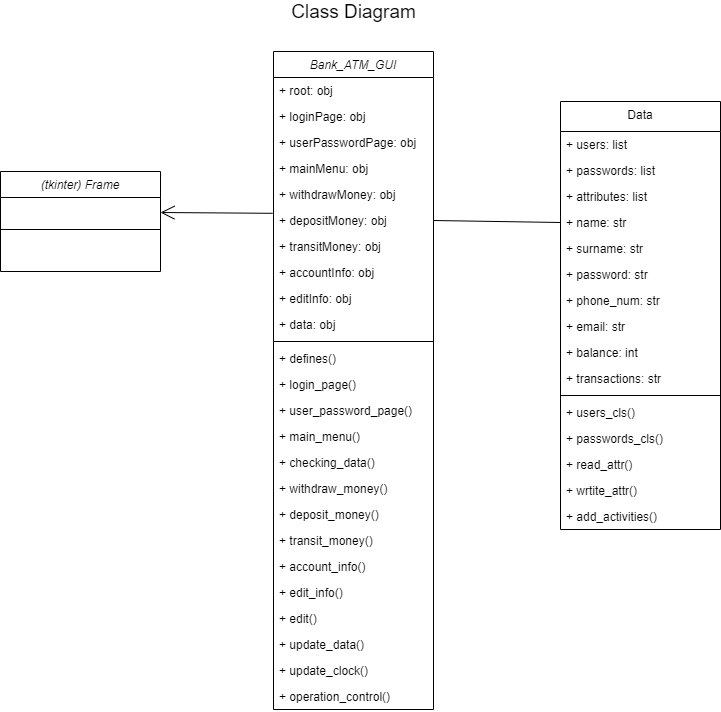
fidanfatih/Bank_ATM_Demo_Project keeps this draw.io diagram as Class_Diagram.png. Above is the earlier version. Source tidied: cells renumbered, new cells last; positions are measured from the earlier drawing's top-left corner, leaving out a move shared by most shapes.
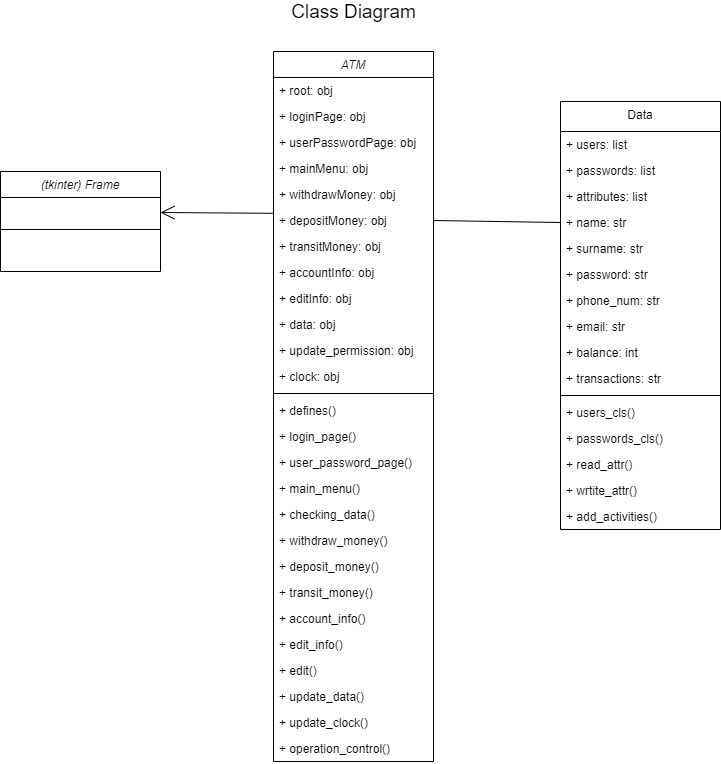
Later version of the same file.

Change to the diagram source:
```diff
@@ -59,8 +59,8 @@
     <mxCell id="20" style="line;html=1;strokeWidth=1;align=left;verticalAlign=middle;spacingTop=-1;spacingLeft=3;spacingRight=3;labelPosition=right;" parent="19" vertex="1">
       <mxGeometry y="26" width="160" height="64" as="geometry" />
     </mxCell>
-    <mxCell id="21" value="Bank_ATM_GUI" style="swimlane;fontStyle=2;align=center;verticalAlign=top;horizontal=1;startSize=26;rounded=0;shadow=0;strokeWidth=1;" parent="1" vertex="1">
-      <mxGeometry x="273" y="50" width="160" height="658" as="geometry" />
+    <mxCell id="21" value="ATM" style="swimlane;fontStyle=2;align=center;verticalAlign=top;horizontal=1;startSize=26;rounded=0;shadow=0;strokeWidth=1;" parent="1" vertex="1">
+      <mxGeometry x="273" y="50" width="160" height="710" as="geometry" />
     </mxCell>
     <mxCell id="22" value="+ root: obj" style="text;align=left;verticalAlign=top;spacingLeft=4;spacingRight=4;overflow=hidden;rounded=0;shadow=0;html=0;" parent="21" vertex="1">
       <mxGeometry y="26" width="160" height="26" as="geometry" />
@@ -89,53 +89,59 @@
     <mxCell id="30" value="+ editInfo: obj" style="text;align=left;verticalAlign=top;spacingLeft=4;spacingRight=4;overflow=hidden;rounded=0;shadow=0;html=0;" parent="21" vertex="1">
       <mxGeometry y="234" width="160" height="26" as="geometry" />
     </mxCell>
+    <mxCell id="50" value="+ data: obj" style="text;align=left;verticalAlign=top;spacingLeft=4;spacingRight=4;overflow=hidden;rounded=0;shadow=0;html=0;" parent="21" vertex="1">
+      <mxGeometry y="260" width="160" height="26" as="geometry" />
+    </mxCell>
+    <mxCell id="51" value="+ update_permission: obj" style="text;align=left;verticalAlign=top;spacingLeft=4;spacingRight=4;overflow=hidden;rounded=0;shadow=0;html=0;" parent="21" vertex="1">
+      <mxGeometry y="286" width="160" height="26" as="geometry" />
+    </mxCell>
-    <mxCell id="31" value="+ data: obj" style="text;align=left;verticalAlign=top;spacingLeft=4;spacingRight=4;overflow=hidden;rounded=0;shadow=0;html=0;" parent="21" vertex="1">
-      <mxGeometry y="260" width="160" height="26" as="geometry" />
+    <mxCell id="31" value="+ clock: obj" style="text;align=left;verticalAlign=top;spacingLeft=4;spacingRight=4;overflow=hidden;rounded=0;shadow=0;html=0;" parent="21" vertex="1">
+      <mxGeometry y="312" width="160" height="26" as="geometry" />
     </mxCell>
     <mxCell id="32" style="line;html=1;strokeWidth=1;align=left;verticalAlign=middle;spacingTop=-1;spacingLeft=3;spacingRight=3;labelPosition=right;" parent="21" vertex="1">
-      <mxGeometry y="286" width="160" height="8" as="geometry" />
+      <mxGeometry y="338" width="160" height="8" as="geometry" />
     </mxCell>
     <mxCell id="33" value="+ defines()" style="text;align=left;verticalAlign=top;spacingLeft=4;spacingRight=4;overflow=hidden;rounded=0;shadow=0;html=0;" parent="21" vertex="1">
-      <mxGeometry y="294" width="160" height="26" as="geometry" />
+      <mxGeometry y="346" width="160" height="26" as="geometry" />
     </mxCell>
     <mxCell id="34" value="+ login_page()" style="text;align=left;verticalAlign=top;spacingLeft=4;spacingRight=4;overflow=hidden;rounded=0;shadow=0;html=0;" parent="21" vertex="1">
-      <mxGeometry y="320" width="160" height="26" as="geometry" />
+      <mxGeometry y="372" width="160" height="26" as="geometry" />
     </mxCell>
     <mxCell id="35" value="+ user_password_page()" style="text;align=left;verticalAlign=top;spacingLeft=4;spacingRight=4;overflow=hidden;" parent="21" vertex="1">
-      <mxGeometry y="346" width="160" height="26" as="geometry" />
+      <mxGeometry y="398" width="160" height="26" as="geometry" />
     </mxCell>
     <mxCell id="36" value="+ main_menu()" style="text;align=left;verticalAlign=top;spacingLeft=4;spacingRight=4;overflow=hidden;" parent="21" vertex="1">
-      <mxGeometry y="372" width="160" height="26" as="geometry" />
+      <mxGeometry y="424" width="160" height="26" as="geometry" />
     </mxCell>
     <mxCell id="37" value="+ checking_data()" style="text;align=left;verticalAlign=top;spacingLeft=4;spacingRight=4;overflow=hidden;rounded=0;shadow=0;html=0;" parent="21" vertex="1">
-      <mxGeometry y="398" width="160" height="26" as="geometry" />
+      <mxGeometry y="450" width="160" height="26" as="geometry" />
     </mxCell>
     <mxCell id="38" value="+ withdraw_money()" style="text;align=left;verticalAlign=top;spacingLeft=4;spacingRight=4;overflow=hidden;" parent="21" vertex="1">
-      <mxGeometry y="424" width="160" height="26" as="geometry" />
+      <mxGeometry y="476" width="160" height="26" as="geometry" />
     </mxCell>
     <mxCell id="39" value="+ deposit_money()" style="text;align=left;verticalAlign=top;spacingLeft=4;spacingRight=4;overflow=hidden;" parent="21" vertex="1">
-      <mxGeometry y="450" width="160" height="26" as="geometry" />
+      <mxGeometry y="502" width="160" height="26" as="geometry" />
     </mxCell>
     <mxCell id="40" value="+ transit_money()" style="text;align=left;verticalAlign=top;spacingLeft=4;spacingRight=4;overflow=hidden;" parent="21" vertex="1">
-      <mxGeometry y="476" width="160" height="26" as="geometry" />
+      <mxGeometry y="528" width="160" height="26" as="geometry" />
     </mxCell>
     <mxCell id="41" value="+ account_info()" style="text;align=left;verticalAlign=top;spacingLeft=4;spacingRight=4;overflow=hidden;" parent="21" vertex="1">
-      <mxGeometry y="502" width="160" height="26" as="geometry" />
+      <mxGeometry y="554" width="160" height="26" as="geometry" />
     </mxCell>
     <mxCell id="42" value="+ edit_info()" style="text;align=left;verticalAlign=top;spacingLeft=4;spacingRight=4;overflow=hidden;rounded=0;shadow=0;html=0;" parent="21" vertex="1">
-      <mxGeometry y="528" width="160" height="26" as="geometry" />
+      <mxGeometry y="580" width="160" height="26" as="geometry" />
     </mxCell>
     <mxCell id="43" value="+ edit()" style="text;align=left;verticalAlign=top;spacingLeft=4;spacingRight=4;overflow=hidden;rounded=0;shadow=0;html=0;" parent="21" vertex="1">
-      <mxGeometry y="554" width="160" height="26" as="geometry" />
+      <mxGeometry y="606" width="160" height="26" as="geometry" />
     </mxCell>
     <mxCell id="44" value="+ update_data()" style="text;align=left;verticalAlign=top;spacingLeft=4;spacingRight=4;overflow=hidden;" parent="21" vertex="1">
-      <mxGeometry y="580" width="160" height="26" as="geometry" />
+      <mxGeometry y="632" width="160" height="26" as="geometry" />
     </mxCell>
     <mxCell id="45" value="+ update_clock()" style="text;align=left;verticalAlign=top;spacingLeft=4;spacingRight=4;overflow=hidden;" parent="21" vertex="1">
-      <mxGeometry y="606" width="160" height="26" as="geometry" />
+      <mxGeometry y="658" width="160" height="26" as="geometry" />
     </mxCell>
     <mxCell id="46" value="+ operation_control()" style="text;align=left;verticalAlign=top;spacingLeft=4;spacingRight=4;overflow=hidden;" parent="21" vertex="1">
-      <mxGeometry y="632" width="160" height="26" as="geometry" />
+      <mxGeometry y="684" width="160" height="26" as="geometry" />
     </mxCell>
     <mxCell id="47" style="endArrow=none;endFill=0;endSize=12;html=1;exitX=1;exitY=0.5;exitDx=0;exitDy=0;entryX=0;entryY=0.5;entryDx=0;entryDy=0;" parent="1" edge="1" source="27" target="6">
       <mxGeometry relative="1" as="geometry" />
```
